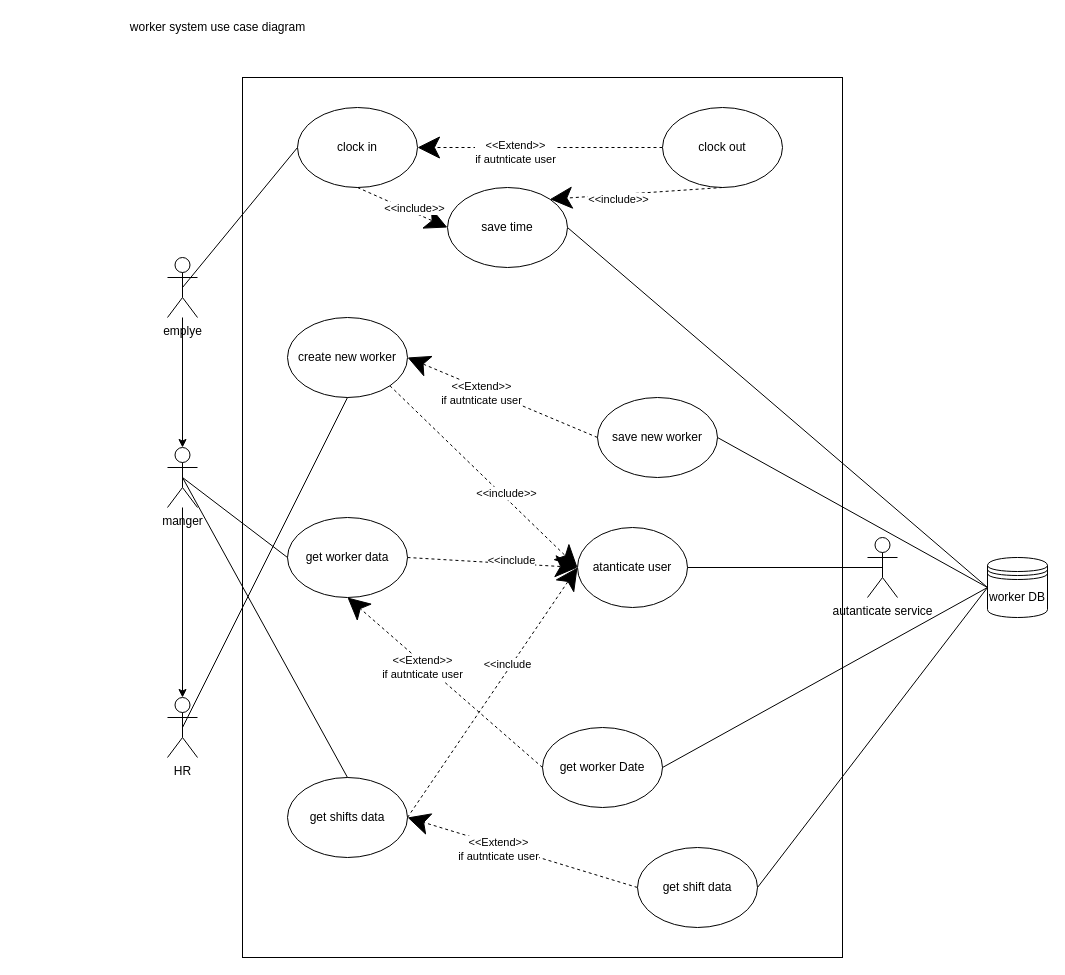
ddenis1994/Food-Delivery keeps this draw.io diagram as Worker Service/Uml/worker system UC Diagram.drawio. Above is the earlier version. Source tidied: cells renumbered, new cells numbered last; positions are measured from the earlier drawing's top-left corner, leaving out a move shared by most shapes. Both pictures are drawn from the tidied source at 100%, with x=0, y=0 at pixel (122, 17).
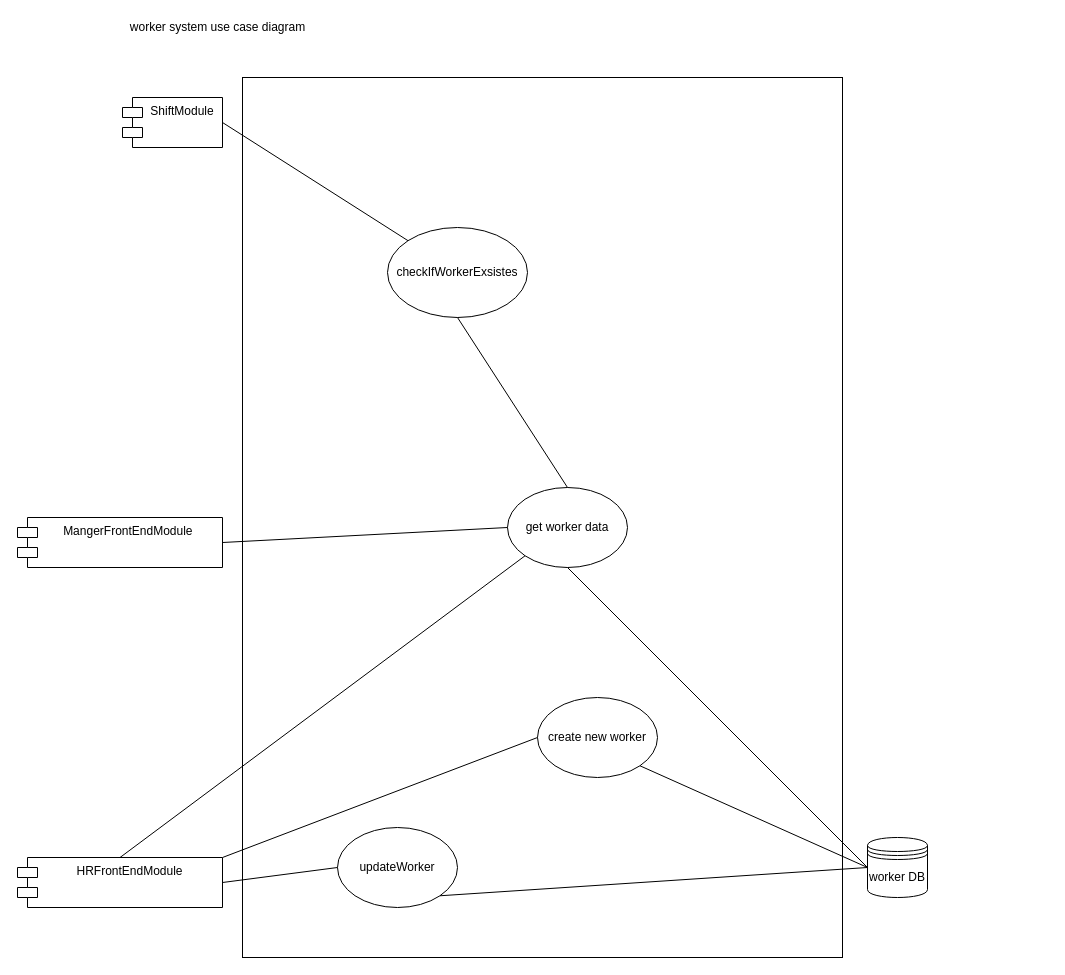
The same page after the edit.

What changed in the source:
```diff
@@
-    <mxCell id="2" style="edgeStyle=orthogonalEdgeStyle;rounded=0;jettySize=auto;html=1;entryX=0.5;entryY=0;entryDx=0;entryDy=0;entryPerimeter=0;" parent="1" edge="1" source="3" target="34">
-      <mxGeometry relative="1" as="geometry" />
-    </mxCell>
-    <mxCell id="3" value="manger" style="shape=umlActor;verticalLabelPosition=bottom;verticalAlign=top;html=1;outlineConnect=0;" parent="1" vertex="1">
-      <mxGeometry x="45" y="430" width="30" height="60" as="geometry" />
-    </mxCell>
@@
     <mxCell id="5" value="create new worker" style="ellipse;whiteSpace=wrap;html=1;" parent="1" vertex="1">
-      <mxGeometry x="165" y="300" width="120" height="80" as="geometry" />
+      <mxGeometry x="415" y="680" width="120" height="80" as="geometry" />
     </mxCell>
-    <mxCell id="6" style="endArrow=none;html=1;entryX=0.5;entryY=1;entryDx=0;entryDy=0;exitX=0.5;exitY=0.5;exitDx=0;exitDy=0;exitPerimeter=0;" parent="1" edge="1" source="34" target="5">
+    <mxCell id="6" style="endArrow=none;html=1;entryX=0;entryY=0.5;entryDx=0;entryDy=0;exitX=1;exitY=0;exitDx=0;exitDy=0;" parent="1" edge="1" source="56" target="5">
       <mxGeometry relative="1" as="geometry" />
     </mxCell>
     <mxCell id="7" value="get worker data" style="ellipse;whiteSpace=wrap;html=1;" parent="1" vertex="1">
-      <mxGeometry x="165" y="500" width="120" height="80" as="geometry" />
+      <mxGeometry x="385" y="470" width="120" height="80" as="geometry" />
     </mxCell>
-    <mxCell id="8" style="endArrow=none;html=1;exitX=0.5;exitY=0.5;exitDx=0;exitDy=0;exitPerimeter=0;entryX=0;entryY=0.5;entryDx=0;entryDy=0;" parent="1" edge="1" source="3" target="7">
+    <mxCell id="8" style="endArrow=none;html=1;exitX=1;exitY=0.5;exitDx=0;exitDy=0;entryX=0;entryY=0.5;entryDx=0;entryDy=0;" parent="1" edge="1" source="57" target="7">
       <mxGeometry relative="1" as="geometry" />
     </mxCell>
     <mxCell id="9" value="worker DB" style="shape=datastore;whiteSpace=wrap;html=1;" parent="1" vertex="1">
-      <mxGeometry x="865" y="540" width="60" height="60" as="geometry" />
+      <mxGeometry x="745" y="820" width="60" height="60" as="geometry" />
     </mxCell>
-    <mxCell id="10" value="atanticate user" style="ellipse;whiteSpace=wrap;html=1;" parent="1" vertex="1">
-      <mxGeometry x="455" y="510" width="110" height="80" as="geometry" />
-    </mxCell>
-    <mxCell id="11" style="endArrow=classic;html=1;exitX=1;exitY=0.5;exitDx=0;exitDy=0;entryX=0;entryY=0.5;entryDx=0;entryDy=0;dashed=1;endFill=1;startArrow=none;startFill=0;endSize=20;" parent="1" edge="1" source="7" target="10">
-      <mxGeometry relative="1" as="geometry" />
-    </mxCell>
-    <mxCell id="12" value="&amp;lt;&amp;lt;include" style="edgeLabel;html=1;align=center;verticalAlign=middle;" parent="11" vertex="1">
-      <mxGeometry x="0.21" y="4" relative="1" as="geometry" />
-    </mxCell>
-    <mxCell id="13" value="get worker Date" style="ellipse;whiteSpace=wrap;html=1;" parent="1" vertex="1">
-      <mxGeometry x="420" y="710" width="120" height="80" as="geometry" />
-    </mxCell>
-    <mxCell id="14" style="endArrow=none;html=1;exitX=1;exitY=0.5;exitDx=0;exitDy=0;entryX=0;entryY=0.5;entryDx=0;entryDy=0;" parent="1" edge="1" source="13" target="9">
-      <mxGeometry relative="1" as="geometry" />
-    </mxCell>
-    <mxCell id="15" style="endArrow=classic;html=1;exitX=1;exitY=1;exitDx=0;exitDy=0;entryX=0;entryY=0.5;entryDx=0;entryDy=0;dashed=1;endFill=1;startArrow=none;startFill=0;endSize=20;" parent="1" edge="1" source="5" target="10">
-      <mxGeometry relative="1" as="geometry" />
-    </mxCell>
-    <mxCell id="16" value="&amp;lt;&amp;lt;include&amp;gt;&amp;gt;" style="edgeLabel;html=1;align=center;verticalAlign=middle;" parent="15" vertex="1">
-      <mxGeometry x="0.21" y="4" relative="1" as="geometry" />
-    </mxCell>
-    <mxCell id="17" value="autanticate service" style="shape=umlActor;verticalLabelPosition=bottom;verticalAlign=top;html=1;outlineConnect=0;" parent="1" vertex="1">
-      <mxGeometry x="745" y="520" width="30" height="60" as="geometry" />
-    </mxCell>
-    <mxCell id="18" style="endArrow=none;html=1;entryX=0.5;entryY=0.5;entryDx=0;entryDy=0;exitX=1;exitY=0.5;exitDx=0;exitDy=0;entryPerimeter=0;" parent="1" edge="1" source="10" target="17">
-      <mxGeometry relative="1" as="geometry" />
-    </mxCell>
-    <mxCell id="19" value="save new worker" style="ellipse;whiteSpace=wrap;html=1;" parent="1" vertex="1">
-      <mxGeometry x="475" y="380" width="120" height="80" as="geometry" />
-    </mxCell>
-    <mxCell id="20" style="endArrow=none;html=1;entryX=0;entryY=0.5;entryDx=0;entryDy=0;exitX=1;exitY=0.5;exitDx=0;exitDy=0;" parent="1" edge="1" source="19" target="9">
+    <mxCell id="20" style="endArrow=none;html=1;entryX=0;entryY=0.5;entryDx=0;entryDy=0;exitX=1;exitY=1;exitDx=0;exitDy=0;" parent="1" edge="1" source="5" target="9">
       <mxGeometry relative="1" as="geometry" />
     </mxCell>
-    <mxCell id="21" style="endArrow=classic;html=1;exitX=0;exitY=0.5;exitDx=0;exitDy=0;entryX=0.5;entryY=1;entryDx=0;entryDy=0;dashed=1;endFill=1;startArrow=none;startFill=0;endSize=20;" parent="1" edge="1" source="13" target="7">
-      <mxGeometry relative="1" as="geometry" />
-    </mxCell>
-    <mxCell id="22" value="&amp;lt;&amp;lt;Extend&amp;gt;&amp;gt;&lt;br&gt;if autnticate user" style="edgeLabel;html=1;align=center;verticalAlign=middle;" parent="21" vertex="1">
-      <mxGeometry x="0.21" y="4" relative="1" as="geometry" />
-    </mxCell>
-    <mxCell id="23" style="endArrow=classic;html=1;exitX=0;exitY=0.5;exitDx=0;exitDy=0;entryX=1;entryY=0.5;entryDx=0;entryDy=0;dashed=1;endFill=1;startArrow=none;startFill=0;endSize=20;" parent="1" edge="1" source="19" target="5">
-      <mxGeometry relative="1" as="geometry" />
-    </mxCell>
-    <mxCell id="24" value="&amp;lt;&amp;lt;Extend&amp;gt;&amp;gt;&lt;br&gt;if autnticate user" style="edgeLabel;html=1;align=center;verticalAlign=middle;" parent="23" vertex="1">
-      <mxGeometry x="0.21" y="4" relative="1" as="geometry" />
-    </mxCell>
@@
-    <mxCell id="26" value="get shifts data" style="ellipse;whiteSpace=wrap;html=1;" parent="1" vertex="1">
-      <mxGeometry x="165" y="760" width="120" height="80" as="geometry" />
-    </mxCell>
-    <mxCell id="27" style="endArrow=none;html=1;exitX=0.5;exitY=0.5;exitDx=0;exitDy=0;exitPerimeter=0;entryX=0.5;entryY=0;entryDx=0;entryDy=0;" parent="1" edge="1" source="3" target="26">
-      <mxGeometry relative="1" as="geometry" />
-    </mxCell>
-    <mxCell id="28" style="endArrow=classic;html=1;exitX=1;exitY=0.5;exitDx=0;exitDy=0;entryX=0;entryY=0.5;entryDx=0;entryDy=0;dashed=1;endFill=1;startArrow=none;startFill=0;endSize=20;" parent="1" edge="1" source="26" target="10">
-      <mxGeometry relative="1" as="geometry" />
-    </mxCell>
-    <mxCell id="29" value="&amp;lt;&amp;lt;include" style="edgeLabel;html=1;align=center;verticalAlign=middle;" parent="28" vertex="1">
-      <mxGeometry x="0.21" y="4" relative="1" as="geometry" />
-    </mxCell>
-    <mxCell id="30" style="endArrow=classic;html=1;entryX=1;entryY=0.5;entryDx=0;entryDy=0;dashed=1;endFill=1;startArrow=none;startFill=0;endSize=20;exitX=0;exitY=0.5;exitDx=0;exitDy=0;" parent="1" edge="1" source="32" target="26">
-      <mxGeometry relative="1" as="geometry" />
-    </mxCell>
-    <mxCell id="31" value="&amp;lt;&amp;lt;Extend&amp;gt;&amp;gt;&lt;br&gt;if autnticate user" style="edgeLabel;html=1;align=center;verticalAlign=middle;" parent="30" vertex="1">
-      <mxGeometry x="0.21" y="4" relative="1" as="geometry" />
-    </mxCell>
-    <mxCell id="32" value="get shift data" style="ellipse;whiteSpace=wrap;html=1;" parent="1" vertex="1">
-      <mxGeometry x="515" y="830" width="120" height="80" as="geometry" />
-    </mxCell>
-    <mxCell id="33" style="endArrow=none;html=1;exitX=1;exitY=0.5;exitDx=0;exitDy=0;entryX=0;entryY=0.5;entryDx=0;entryDy=0;" parent="1" edge="1" source="32" target="9">
-      <mxGeometry relative="1" as="geometry" />
-    </mxCell>
-    <mxCell id="34" value="HR" style="shape=umlActor;verticalLabelPosition=bottom;verticalAlign=top;html=1;outlineConnect=0;" parent="1" vertex="1">
-      <mxGeometry x="45" y="680" width="30" height="60" as="geometry" />
-    </mxCell>
-    <mxCell id="35" style="edgeStyle=orthogonalEdgeStyle;rounded=0;jettySize=auto;html=1;entryX=0.5;entryY=0;entryDx=0;entryDy=0;entryPerimeter=0;" parent="1" edge="1" source="36" target="3">
-      <mxGeometry relative="1" as="geometry" />
-    </mxCell>
-    <mxCell id="36" value="emplye" style="shape=umlActor;verticalLabelPosition=bottom;verticalAlign=top;html=1;outlineConnect=0;" parent="1" vertex="1">
-      <mxGeometry x="45" y="240" width="30" height="60" as="geometry" />
-    </mxCell>
-    <mxCell id="37" value="clock in" style="ellipse;whiteSpace=wrap;html=1;" parent="1" vertex="1">
-      <mxGeometry x="175" y="90" width="120" height="80" as="geometry" />
-    </mxCell>
-    <mxCell id="38" style="endArrow=classic;html=1;exitX=0;exitY=0.5;exitDx=0;exitDy=0;entryX=1;entryY=0.5;entryDx=0;entryDy=0;dashed=1;endFill=1;startArrow=none;startFill=0;endSize=20;" parent="1" edge="1" source="40" target="37">
-      <mxGeometry relative="1" as="geometry" />
-    </mxCell>
-    <mxCell id="39" value="&amp;lt;&amp;lt;Extend&amp;gt;&amp;gt;&lt;br&gt;if autnticate user" style="edgeLabel;html=1;align=center;verticalAlign=middle;" parent="38" vertex="1">
-      <mxGeometry x="0.21" y="4" relative="1" as="geometry" />
-    </mxCell>
-    <mxCell id="40" value="clock out" style="ellipse;whiteSpace=wrap;html=1;" parent="1" vertex="1">
-      <mxGeometry x="540" y="90" width="120" height="80" as="geometry" />
-    </mxCell>
-    <mxCell id="41" style="endArrow=none;html=1;exitX=0.5;exitY=0.5;exitDx=0;exitDy=0;exitPerimeter=0;entryX=0;entryY=0.5;entryDx=0;entryDy=0;" parent="1" edge="1" source="36" target="37">
-      <mxGeometry relative="1" as="geometry" />
-    </mxCell>
-    <mxCell id="42" style="endArrow=none;html=1;entryX=0;entryY=0.5;entryDx=0;entryDy=0;exitX=1;exitY=0.5;exitDx=0;exitDy=0;" parent="1" edge="1" source="43" target="9">
-      <mxGeometry relative="1" as="geometry" />
-    </mxCell>
-    <mxCell id="43" value="save time" style="ellipse;whiteSpace=wrap;html=1;" parent="1" vertex="1">
-      <mxGeometry x="325" y="170" width="120" height="80" as="geometry" />
-    </mxCell>
-    <mxCell id="44" style="endArrow=classic;html=1;exitX=0.5;exitY=1;exitDx=0;exitDy=0;entryX=0;entryY=0.5;entryDx=0;entryDy=0;dashed=1;endFill=1;startArrow=none;startFill=0;endSize=20;" parent="1" edge="1" source="37" target="43">
-      <mxGeometry relative="1" as="geometry" />
-    </mxCell>
-    <mxCell id="45" value="&amp;lt;&amp;lt;include&amp;gt;&amp;gt;" style="edgeLabel;html=1;align=center;verticalAlign=middle;" parent="44" vertex="1">
-      <mxGeometry x="0.21" y="4" relative="1" as="geometry" />
-    </mxCell>
-    <mxCell id="46" style="endArrow=classic;html=1;exitX=0.5;exitY=1;exitDx=0;exitDy=0;entryX=1;entryY=0;entryDx=0;entryDy=0;dashed=1;endFill=1;startArrow=none;startFill=0;endSize=20;" parent="1" edge="1" source="40" target="43">
-      <mxGeometry relative="1" as="geometry" />
-    </mxCell>
-    <mxCell id="47" value="&amp;lt;&amp;lt;include&amp;gt;&amp;gt;" style="edgeLabel;html=1;align=center;verticalAlign=middle;" parent="46" vertex="1">
-      <mxGeometry x="0.21" y="4" relative="1" as="geometry" />
-    </mxCell>
+    <mxCell id="48" value="checkIfWorkerExsistes" style="ellipse;whiteSpace=wrap;html=1;" parent="1" vertex="1">
+      <mxGeometry x="265" y="210" width="140" height="90" as="geometry" />
+    </mxCell>
+    <mxCell id="49" style="endArrow=none;html=1;exitX=0.5;exitY=0;exitDx=0;exitDy=0;entryX=0.5;entryY=1;entryDx=0;entryDy=0;" parent="1" edge="1" source="7" target="48">
+      <mxGeometry relative="1" as="geometry" />
+    </mxCell>
+    <mxCell id="50" value="ShiftModule" style="shape=module;align=left;spacingLeft=20;align=center;verticalAlign=top;" parent="1" vertex="1">
+      <mxGeometry y="80" width="100" height="50" as="geometry" />
+    </mxCell>
+    <mxCell id="51" style="endArrow=none;html=1;entryX=1;entryY=0.5;entryDx=0;entryDy=0;exitX=0;exitY=0;exitDx=0;exitDy=0;" parent="1" edge="1" source="48" target="50">
+      <mxGeometry relative="1" as="geometry" />
+    </mxCell>
+    <mxCell id="52" style="endArrow=none;html=1;exitX=0;exitY=0.5;exitDx=0;exitDy=0;entryX=0.5;entryY=1;entryDx=0;entryDy=0;" parent="1" edge="1" source="9" target="7">
+      <mxGeometry relative="1" as="geometry" />
+    </mxCell>
+    <mxCell id="53" value="updateWorker" style="ellipse;whiteSpace=wrap;html=1;" parent="1" vertex="1">
+      <mxGeometry x="215" y="810" width="120" height="80" as="geometry" />
+    </mxCell>
+    <mxCell id="54" style="endArrow=none;html=1;entryX=0;entryY=0.5;entryDx=0;entryDy=0;exitX=1;exitY=0.5;exitDx=0;exitDy=0;" parent="1" edge="1" source="56" target="53">
+      <mxGeometry relative="1" as="geometry" />
+    </mxCell>
+    <mxCell id="55" style="endArrow=none;html=1;exitX=1;exitY=1;exitDx=0;exitDy=0;entryX=0;entryY=0.5;entryDx=0;entryDy=0;" parent="1" edge="1" source="53" target="9">
+      <mxGeometry relative="1" as="geometry" />
+    </mxCell>
+    <mxCell id="56" value="HRFrontEndModule" style="shape=module;align=left;spacingLeft=20;align=center;verticalAlign=top;" parent="1" vertex="1">
+      <mxGeometry x="-105" y="840" width="205" height="50" as="geometry" />
+    </mxCell>
+    <mxCell id="57" value="MangerFrontEndModule " style="shape=module;align=left;spacingLeft=20;align=center;verticalAlign=top;" parent="1" vertex="1">
+      <mxGeometry x="-105" y="500" width="205" height="50" as="geometry" />
+    </mxCell>
+    <mxCell id="58" style="endArrow=none;html=1;entryX=0;entryY=1;entryDx=0;entryDy=0;exitX=0.5;exitY=0;exitDx=0;exitDy=0;" parent="1" edge="1" source="56" target="7">
+      <mxGeometry relative="1" as="geometry" />
+    </mxCell>
```
